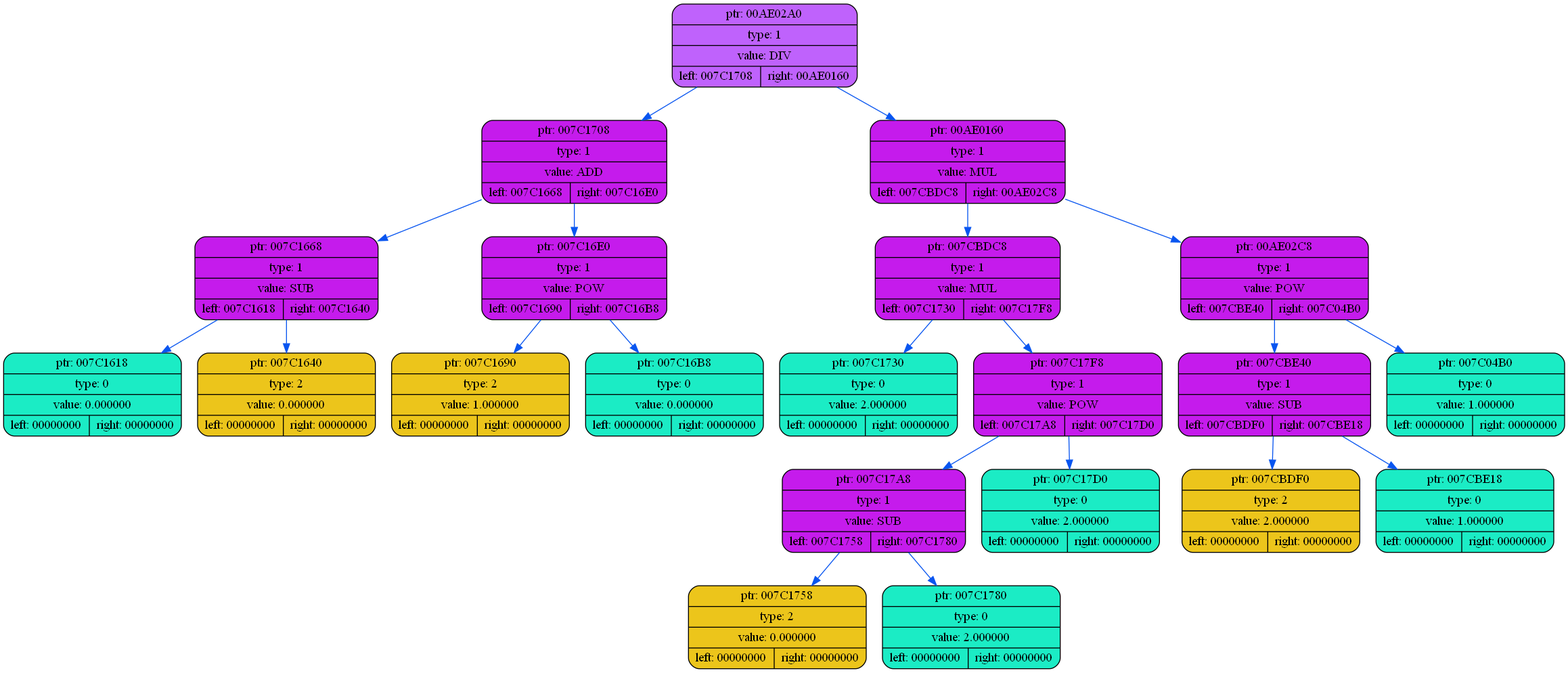
Before: dump/dump1.png, a diagram exported from Graphviz (coffee8cat/differentiator). Its source is kept beside it as dump/dump1.dot.
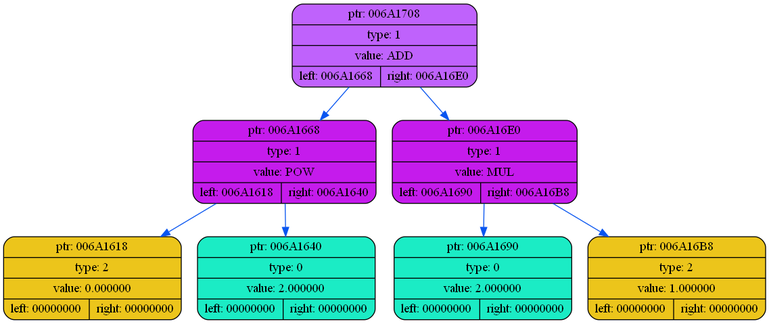
After the commit.

Diff of the diagram source:
```diff
@@ -2,45 +2,17 @@
 {
     rankdir=TP
 
-        node00AE02A0[shape=record,style="rounded,filled",fillcolor="#BF62FC",label="{ ptr: 00AE02A0 | type: 1 | value: DIV| { left: 007C1708 | right: 00AE0160 }}"];
-    node00AE02A0 -> node007C1708[color="#0855F0"]
-    node007C1708[shape=record,style="rounded,filled",fillcolor="#C51BEC",label="{ ptr: 007C1708 | type: 1 | value: ADD| { left: 007C1668 | right: 007C16E0 }}"];
-    node007C1708 -> node007C1668[color="#0855F0"]
-    node007C1668[shape=record,style="rounded,filled",fillcolor="#C51BEC",label="{ ptr: 007C1668 | type: 1 | value: SUB| { left: 007C1618 | right: 007C1640 }}"];
-    node007C1668 -> node007C1618[color="#0855F0"]
-    node007C1618[shape=record,style="rounded,filled",fillcolor="#1BECC5",label="{ ptr: 007C1618 | type: 0 | value: 0.000000| { left: 00000000 | right: 00000000 }}"];
-    node007C1668 -> node007C1640[color="#0855F0"]
-    node007C1640[shape=record,style="rounded,filled",fillcolor="#ECC51B",label="{ ptr: 007C1640 | type: 2 | value: 0.000000| { left: 00000000 | right: 00000000 }}"];
-    node007C1708 -> node007C16E0[color="#0855F0"]
-    node007C16E0[shape=record,style="rounded,filled",fillcolor="#C51BEC",label="{ ptr: 007C16E0 | type: 1 | value: POW| { left: 007C1690 | right: 007C16B8 }}"];
-    node007C16E0 -> node007C1690[color="#0855F0"]
-    node007C1690[shape=record,style="rounded,filled",fillcolor="#ECC51B",label="{ ptr: 007C1690 | type: 2 | value: 1.000000| { left: 00000000 | right: 00000000 }}"];
-    node007C16E0 -> node007C16B8[color="#0855F0"]
-    node007C16B8[shape=record,style="rounded,filled",fillcolor="#1BECC5",label="{ ptr: 007C16B8 | type: 0 | value: 0.000000| { left: 00000000 | right: 00000000 }}"];
-    node00AE02A0 -> node00AE0160[color="#0855F0"]
-    node00AE0160[shape=record,style="rounded,filled",fillcolor="#C51BEC",label="{ ptr: 00AE0160 | type: 1 | value: MUL| { left: 007CBDC8 | right: 00AE02C8 }}"];
-    node00AE0160 -> node007CBDC8[color="#0855F0"]
-    node007CBDC8[shape=record,style="rounded,filled",fillcolor="#C51BEC",label="{ ptr: 007CBDC8 | type: 1 | value: MUL| { left: 007C1730 | right: 007C17F8 }}"];
-    node007CBDC8 -> node007C1730[color="#0855F0"]
-    node007C1730[shape=record,style="rounded,filled",fillcolor="#1BECC5",label="{ ptr: 007C1730 | type: 0 | value: 2.000000| { left: 00000000 | right: 00000000 }}"];
-    node007CBDC8 -> node007C17F8[color="#0855F0"]
-    node007C17F8[shape=record,style="rounded,filled",fillcolor="#C51BEC",label="{ ptr: 007C17F8 | type: 1 | value: POW| { left: 007C17A8 | right: 007C17D0 }}"];
-    node007C17F8 -> node007C17A8[color="#0855F0"]
-    node007C17A8[shape=record,style="rounded,filled",fillcolor="#C51BEC",label="{ ptr: 007C17A8 | type: 1 | value: SUB| { left: 007C1758 | right: 007C1780 }}"];
-    node007C17A8 -> node007C1758[color="#0855F0"]
-    node007C1758[shape=record,style="rounded,filled",fillcolor="#ECC51B",label="{ ptr: 007C1758 | type: 2 | value: 0.000000| { left: 00000000 | right: 00000000 }}"];
-    node007C17A8 -> node007C1780[color="#0855F0"]
-    node007C1780[shape=record,style="rounded,filled",fillcolor="#1BECC5",label="{ ptr: 007C1780 | type: 0 | value: 2.000000| { left: 00000000 | right: 00000000 }}"];
-    node007C17F8 -> node007C17D0[color="#0855F0"]
-    node007C17D0[shape=record,style="rounded,filled",fillcolor="#1BECC5",label="{ ptr: 007C17D0 | type: 0 | value: 2.000000| { left: 00000000 | right: 00000000 }}"];
-    node00AE0160 -> node00AE02C8[color="#0855F0"]
-    node00AE02C8[shape=record,style="rounded,filled",fillcolor="#C51BEC",label="{ ptr: 00AE02C8 | type: 1 | value: POW| { left: 007CBE40 | right: 007C04B0 }}"];
-    node00AE02C8 -> node007CBE40[color="#0855F0"]
-    node007CBE40[shape=record,style="rounded,filled",fillcolor="#C51BEC",label="{ ptr: 007CBE40 | type: 1 | value: SUB| { left: 007CBDF0 | right: 007CBE18 }}"];
-    node007CBE40 -> node007CBDF0[color="#0855F0"]
-    node007CBDF0[shape=record,style="rounded,filled",fillcolor="#ECC51B",label="{ ptr: 007CBDF0 | type: 2 | value: 2.000000| { left: 00000000 | right: 00000000 }}"];
-    node007CBE40 -> node007CBE18[color="#0855F0"]
-    node007CBE18[shape=record,style="rounded,filled",fillcolor="#1BECC5",label="{ ptr: 007CBE18 | type: 0 | value: 1.000000| { left: 00000000 | right: 00000000 }}"];
-    node00AE02C8 -> node007C04B0[color="#0855F0"]
-    node007C04B0[shape=record,style="rounded,filled",fillcolor="#1BECC5",label="{ ptr: 007C04B0 | type: 0 | value: 1.000000| { left: 00000000 | right: 00000000 }}"];
+        node006A1708[shape=record,style="rounded,filled",fillcolor="#BF62FC",label="{ ptr: 006A1708 | type: 1 | value: ADD| { left: 006A1668 | right: 006A16E0 }}"];
+    node006A1708 -> node006A1668[color="#0855F0"]
+    node006A1668[shape=record,style="rounded,filled",fillcolor="#C51BEC",label="{ ptr: 006A1668 | type: 1 | value: POW| { left: 006A1618 | right: 006A1640 }}"];
+    node006A1668 -> node006A1618[color="#0855F0"]
+    node006A1618[shape=record,style="rounded,filled",fillcolor="#ECC51B",label="{ ptr: 006A1618 | type: 2 | value: 0.000000| { left: 00000000 | right: 00000000 }}"];
+    node006A1668 -> node006A1640[color="#0855F0"]
+    node006A1640[shape=record,style="rounded,filled",fillcolor="#1BECC5",label="{ ptr: 006A1640 | type: 0 | value: 2.000000| { left: 00000000 | right: 00000000 }}"];
+    node006A1708 -> node006A16E0[color="#0855F0"]
+    node006A16E0[shape=record,style="rounded,filled",fillcolor="#C51BEC",label="{ ptr: 006A16E0 | type: 1 | value: MUL| { left: 006A1690 | right: 006A16B8 }}"];
+    node006A16E0 -> node006A1690[color="#0855F0"]
+    node006A1690[shape=record,style="rounded,filled",fillcolor="#1BECC5",label="{ ptr: 006A1690 | type: 0 | value: 2.000000| { left: 00000000 | right: 00000000 }}"];
+    node006A16E0 -> node006A16B8[color="#0855F0"]
+    node006A16B8[shape=record,style="rounded,filled",fillcolor="#ECC51B",label="{ ptr: 006A16B8 | type: 2 | value: 1.000000| { left: 00000000 | right: 00000000 }}"];
 }
```
